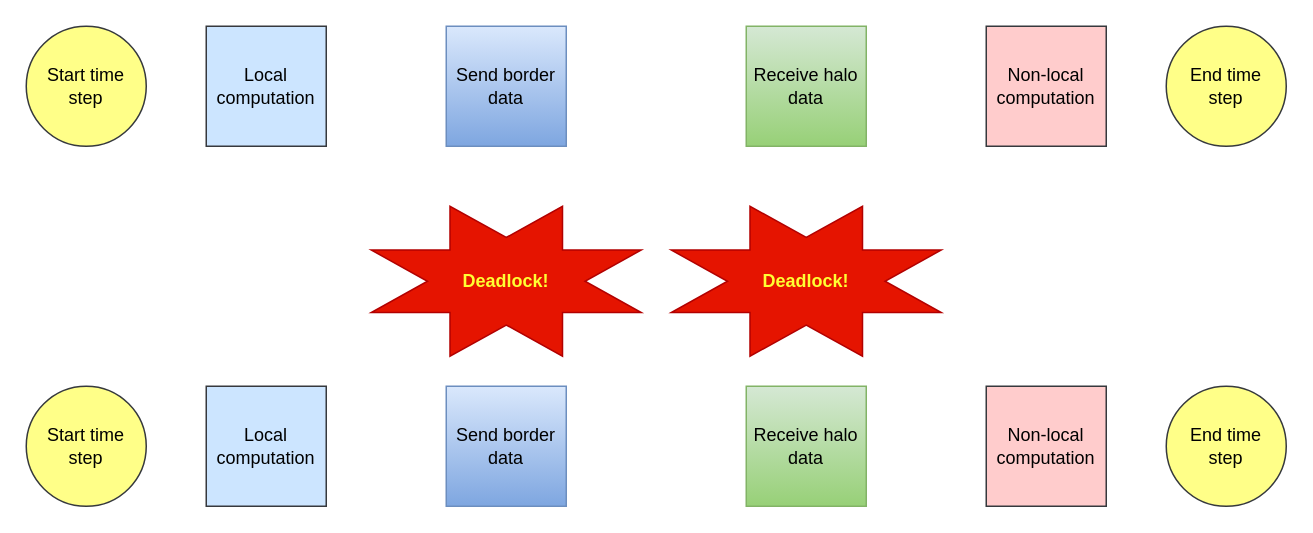
ENCCS/intermediate-mpi keeps this draw.io diagram as content/diagrams/simple stencil workflow.drawio. Above is the earlier version. Source tidied: cells renumbered, new cells numbered last; positions are measured from the earlier drawing's top-left corner, leaving out a move shared by most shapes. Both pictures are drawn from the tidied source at 150%, with x=0, y=0 at pixel (26, 26).
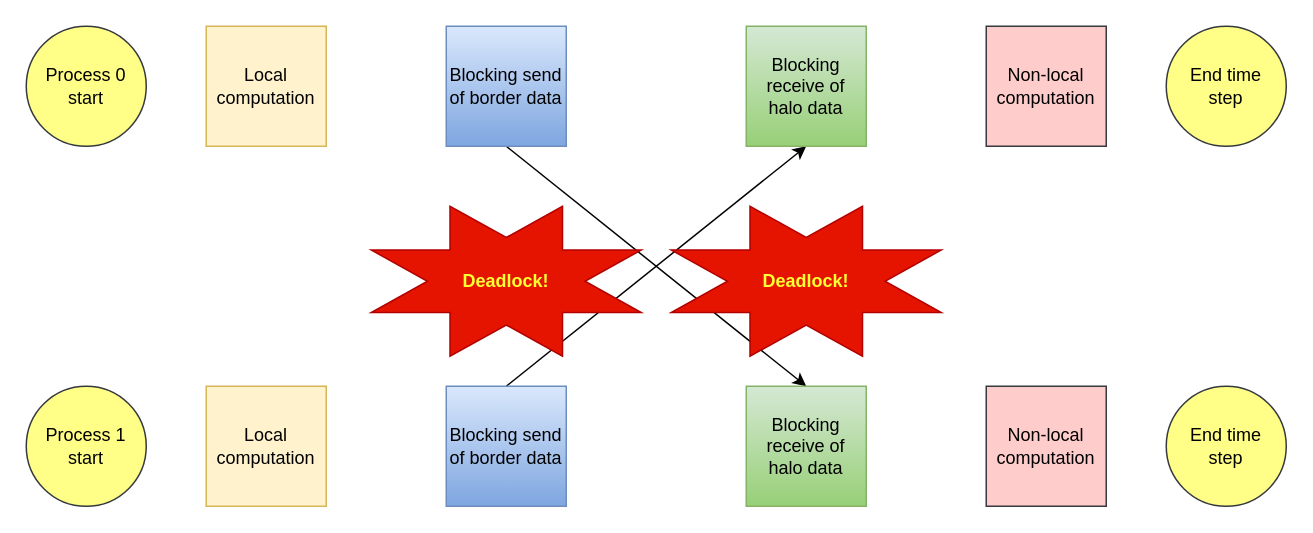
The same diagram, later.

The edit, as a diff of the source:
```diff
@@
 <mxGraphModel>
   <root>
     <mxCell id="0" />
     <mxCell id="1" parent="0" />
+    <mxCell id="18" style="endArrow=classic;html=1;exitX=0.5;exitY=0;exitDx=0;exitDy=0;entryX=0.5;entryY=1;entryDx=0;entryDy=0;" parent="1" edge="1" source="20" target="4">
+      <mxGeometry relative="1" as="geometry" />
+    </mxCell>
+    <mxCell id="19" style="endArrow=classic;html=1;exitX=0.5;exitY=1;exitDx=0;exitDy=0;entryX=0.5;entryY=0;entryDx=0;entryDy=0;" parent="1" edge="1" source="3" target="21">
+      <mxGeometry relative="1" as="geometry" />
+    </mxCell>
-    <mxCell id="2" value="Local computation" style="rounded=0;whiteSpace=wrap;html=1;fillColor=#cce5ff;strokeColor=#36393d;" parent="1" vertex="1">
+    <mxCell id="2" value="Local computation" style="rounded=0;whiteSpace=wrap;html=1;fillColor=#fff2cc;strokeColor=#d6b656;" parent="1" vertex="1">
       <mxGeometry x="120" width="80" height="80" as="geometry" />
     </mxCell>
-    <mxCell id="3" value="Send border data" style="rounded=0;whiteSpace=wrap;html=1;fillColor=#dae8fc;strokeColor=#6c8ebf;gradientColor=#7ea6e0;" parent="1" vertex="1">
+    <mxCell id="3" value="Blocking send of border data" style="rounded=0;whiteSpace=wrap;html=1;fillColor=#dae8fc;strokeColor=#6c8ebf;gradientColor=#7ea6e0;" parent="1" vertex="1">
       <mxGeometry x="280" width="80" height="80" as="geometry" />
     </mxCell>
-    <mxCell id="4" value="Receive halo data" style="rounded=0;whiteSpace=wrap;html=1;fillColor=#d5e8d4;strokeColor=#82b366;gradientColor=#97d077;" parent="1" vertex="1">
+    <mxCell id="4" value="Blocking receive of halo data" style="rounded=0;whiteSpace=wrap;html=1;fillColor=#d5e8d4;strokeColor=#82b366;gradientColor=#97d077;" parent="1" vertex="1">
       <mxGeometry x="480" width="80" height="80" as="geometry" />
     </mxCell>
     <mxCell id="5" value="Non-local computation" style="rounded=0;whiteSpace=wrap;html=1;fillColor=#ffcccc;strokeColor=#36393d;" parent="1" vertex="1">
       <mxGeometry x="640" width="80" height="80" as="geometry" />
     </mxCell>
-    <mxCell id="6" value="Start time&lt;br&gt;step" style="ellipse;whiteSpace=wrap;html=1;fillColor=#ffff88;strokeColor=#36393d;" parent="1" vertex="1">
+    <mxCell id="6" value="Process 0&lt;br&gt;start" style="ellipse;whiteSpace=wrap;html=1;fillColor=#ffff88;strokeColor=#36393d;" parent="1" vertex="1">
       <mxGeometry width="80" height="80" as="geometry" />
     </mxCell>
     <mxCell id="7" value="End time&lt;br&gt;step" style="ellipse;whiteSpace=wrap;html=1;fillColor=#ffff88;strokeColor=#36393d;" parent="1" vertex="1">
       <mxGeometry x="760" width="80" height="80" as="geometry" />
     </mxCell>
-    <mxCell id="8" value="Local computation" style="rounded=0;whiteSpace=wrap;html=1;fillColor=#cce5ff;strokeColor=#36393d;" parent="1" vertex="1">
+    <mxCell id="8" value="Local computation" style="rounded=0;whiteSpace=wrap;html=1;fillColor=#fff2cc;strokeColor=#d6b656;" parent="1" vertex="1">
       <mxGeometry x="120" y="240" width="80" height="80" as="geometry" />
     </mxCell>
-    <mxCell id="9" value="Send border data" style="rounded=0;whiteSpace=wrap;html=1;fillColor=#dae8fc;strokeColor=#6c8ebf;gradientColor=#7ea6e0;" parent="1" vertex="1">
-      <mxGeometry x="280" y="240" width="80" height="80" as="geometry" />
-    </mxCell>
-    <mxCell id="10" value="Receive halo data" style="rounded=0;whiteSpace=wrap;html=1;fillColor=#d5e8d4;strokeColor=#82b366;gradientColor=#97d077;" parent="1" vertex="1">
-      <mxGeometry x="480" y="240" width="80" height="80" as="geometry" />
-    </mxCell>
     <mxCell id="11" value="Non-local computation" style="rounded=0;whiteSpace=wrap;html=1;fillColor=#ffcccc;strokeColor=#36393d;" parent="1" vertex="1">
       <mxGeometry x="640" y="240" width="80" height="80" as="geometry" />
     </mxCell>
-    <mxCell id="12" value="Start time&lt;br&gt;step" style="ellipse;whiteSpace=wrap;html=1;fillColor=#ffff88;strokeColor=#36393d;" parent="1" vertex="1">
+    <mxCell id="12" value="Process 1 start" style="ellipse;whiteSpace=wrap;html=1;fillColor=#ffff88;strokeColor=#36393d;" parent="1" vertex="1">
       <mxGeometry y="240" width="80" height="80" as="geometry" />
     </mxCell>
     <mxCell id="13" value="End time&lt;br&gt;step" style="ellipse;whiteSpace=wrap;html=1;fillColor=#ffff88;strokeColor=#36393d;" parent="1" vertex="1">
       <mxGeometry x="760" y="240" width="80" height="80" as="geometry" />
     </mxCell>
     <mxCell id="14" style="verticalLabelPosition=bottom;verticalAlign=top;html=1;shape=mxgraph.basic.8_point_star;fillColor=#e51400;strokeColor=#B20000;fontColor=#ffffff;" parent="1" vertex="1">
       <mxGeometry x="230" y="120" width="180" height="100" as="geometry" />
     </mxCell>
     <mxCell id="15" value="Deadlock!" style="text;html=1;strokeColor=none;fillColor=none;align=center;verticalAlign=middle;whiteSpace=wrap;rounded=0;fontColor=#FFFF33;fontStyle=1;" parent="1" vertex="1">
       <mxGeometry x="300" y="160" width="40" height="20" as="geometry" />
     </mxCell>
     <mxCell id="16" style="verticalLabelPosition=bottom;verticalAlign=top;html=1;shape=mxgraph.basic.8_point_star;fillColor=#e51400;strokeColor=#B20000;fontColor=#ffffff;" parent="1" vertex="1">
       <mxGeometry x="430" y="120" width="180" height="100" as="geometry" />
     </mxCell>
     <mxCell id="17" value="Deadlock!" style="text;html=1;strokeColor=none;fillColor=none;align=center;verticalAlign=middle;whiteSpace=wrap;rounded=0;fontColor=#FFFF33;fontStyle=1;" parent="1" vertex="1">
       <mxGeometry x="500" y="160" width="40" height="20" as="geometry" />
     </mxCell>
+    <mxCell id="20" value="Blocking send of border data" style="rounded=0;whiteSpace=wrap;html=1;fillColor=#dae8fc;strokeColor=#6c8ebf;gradientColor=#7ea6e0;" parent="1" vertex="1">
+      <mxGeometry x="280" y="240" width="80" height="80" as="geometry" />
+    </mxCell>
+    <mxCell id="21" value="Blocking receive of halo data" style="rounded=0;whiteSpace=wrap;html=1;fillColor=#d5e8d4;strokeColor=#82b366;gradientColor=#97d077;" parent="1" vertex="1">
+      <mxGeometry x="480" y="240" width="80" height="80" as="geometry" />
+    </mxCell>
   </root>
 </mxGraphModel>
```
